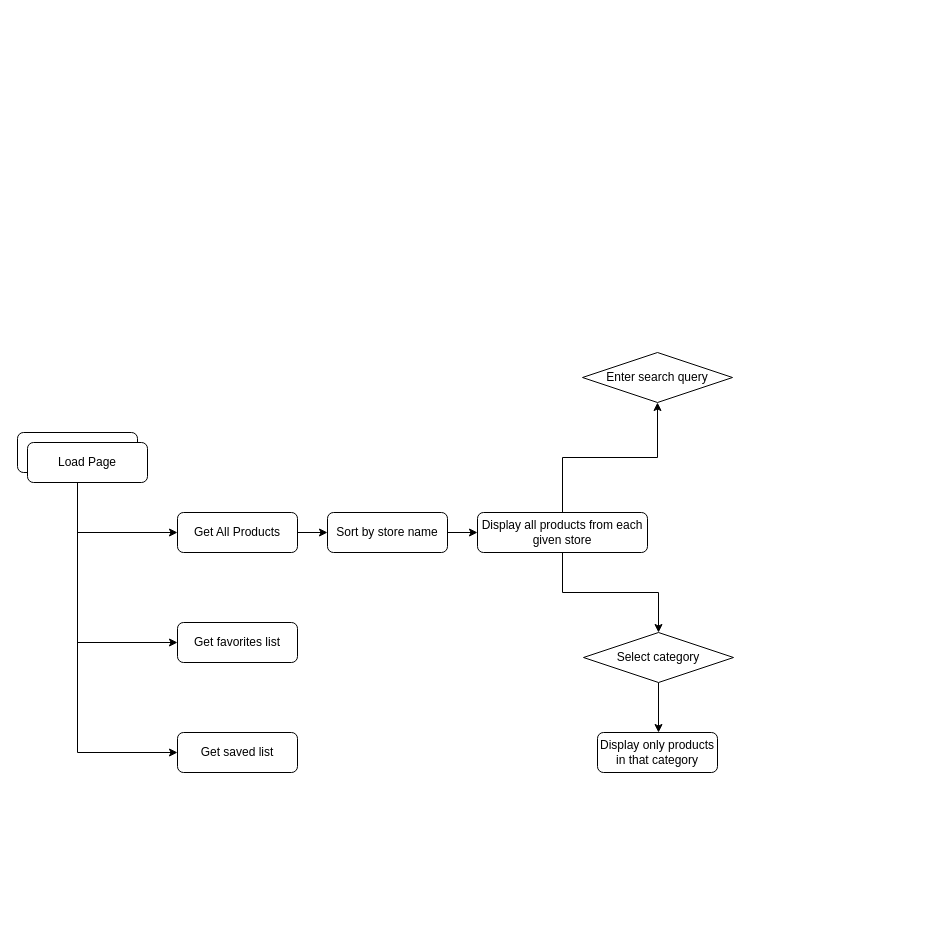
Above: page "Page-1" (1 of 3) of src/Filter Products Diagram.drawio in bryturner/grocery-comparison-client (draw.io), before the change. Source tidied: cells renumbered, new cells numbered last; positions are measured from the earlier drawing's top-left corner, leaving out a move shared by most shapes. Both pictures are drawn from the tidied source at 100%, with x=0, y=0 at pixel (17, 352).
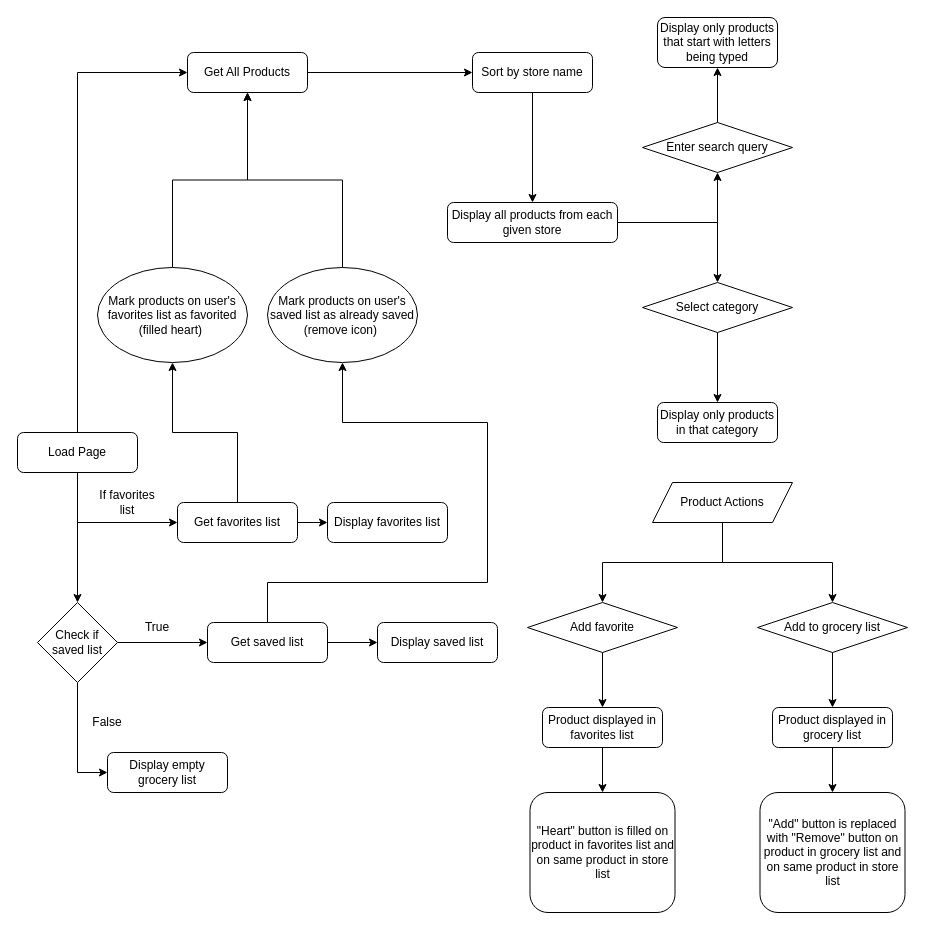
The same page after the edit.

The change refers to these unchanged cells:
```xml
<mxCell id="13" value="Load Page" style="rounded=1;whiteSpace=wrap;html=1;fontSize=12;glass=0;strokeWidth=1;shadow=0;" parent="1" vertex="1">
  <mxGeometry y="80" width="120" height="40" as="geometry" />
</mxCell>
```

Change to the diagram source:
```diff
@@
     <mxCell id="3" value="Get All Products" style="rounded=1;whiteSpace=wrap;html=1;fontSize=12;glass=0;strokeWidth=1;shadow=0;" parent="1" vertex="1">
-      <mxGeometry x="160" y="160" width="120" height="40" as="geometry" />
+      <mxGeometry x="170" y="-300" width="120" height="40" as="geometry" />
     </mxCell>
@@
     <mxCell id="5" value="Sort by store name" style="rounded=1;whiteSpace=wrap;html=1;fontSize=12;glass=0;strokeWidth=1;shadow=0;" parent="1" vertex="1">
-      <mxGeometry x="310" y="160" width="120" height="40" as="geometry" />
+      <mxGeometry x="455" y="-300" width="120" height="40" as="geometry" />
     </mxCell>
     <mxCell id="6" value="Display only products in that category" style="rounded=1;whiteSpace=wrap;html=1;fontSize=12;glass=0;strokeWidth=1;shadow=0;" parent="1" vertex="1">
-      <mxGeometry x="580" y="380" width="120" height="40" as="geometry" />
+      <mxGeometry x="640" y="50" width="120" height="40" as="geometry" />
     </mxCell>
@@
-    <mxCell id="8" style="edgeStyle=orthogonalEdgeStyle;rounded=0;jettySize=auto;html=1;entryX=0.5;entryY=1;entryDx=0;entryDy=0;" parent="1" edge="1" source="9" target="18">
+    <mxCell id="8" style="edgeStyle=orthogonalEdgeStyle;rounded=0;jettySize=auto;html=1;" parent="1" edge="1" source="9" target="18">
       <mxGeometry relative="1" as="geometry" />
     </mxCell>
     <mxCell id="9" value="Display all products from each given store" style="rounded=1;whiteSpace=wrap;html=1;fontSize=12;glass=0;strokeWidth=1;shadow=0;" parent="1" vertex="1">
-      <mxGeometry x="460" y="160" width="170" height="40" as="geometry" />
+      <mxGeometry x="430" y="-150" width="170" height="40" as="geometry" />
     </mxCell>
-    <mxCell id="10" style="edgeStyle=orthogonalEdgeStyle;rounded=0;jettySize=auto;html=1;entryX=0;entryY=0.5;entryDx=0;entryDy=0;exitX=0.5;exitY=1;exitDx=0;exitDy=0;" parent="1" edge="1" source="13" target="3">
-      <mxGeometry relative="1" as="geometry" />
+    <mxCell id="10" style="edgeStyle=orthogonalEdgeStyle;rounded=0;jettySize=auto;html=1;entryX=0;entryY=0.5;entryDx=0;entryDy=0;exitX=0.5;exitY=0;exitDx=0;exitDy=0;" parent="1" edge="1" source="13" target="3">
+      <mxGeometry relative="1" as="geometry">
+        <Array as="points">
+          <mxPoint x="60" y="-280" />
+        </Array>
+      </mxGeometry>
     </mxCell>
@@
-    <mxCell id="12" style="edgeStyle=orthogonalEdgeStyle;rounded=0;jettySize=auto;html=1;exitX=0.5;exitY=1;exitDx=0;exitDy=0;entryX=0;entryY=0.5;entryDx=0;entryDy=0;" parent="1" edge="1" source="13" target="14">
-      <mxGeometry relative="1" as="geometry" />
-    </mxCell>
+    <mxCell id="20" style="edgeStyle=orthogonalEdgeStyle;rounded=0;jettySize=auto;html=1;entryX=0.5;entryY=0;entryDx=0;entryDy=0;" parent="1" edge="1" source="13" target="44">
+      <mxGeometry relative="1" as="geometry" />
+    </mxCell>
@@
+    <mxCell id="21" style="edgeStyle=orthogonalEdgeStyle;rounded=0;jettySize=auto;html=1;entryX=0;entryY=0.5;entryDx=0;entryDy=0;" parent="1" edge="1" source="14" target="31">
+      <mxGeometry relative="1" as="geometry" />
+    </mxCell>
+    <mxCell id="22" style="edgeStyle=orthogonalEdgeStyle;rounded=0;jettySize=auto;html=1;entryX=0.5;entryY=1;entryDx=0;entryDy=0;" parent="1" edge="1" source="14" target="38">
+      <mxGeometry relative="1" as="geometry">
+        <Array as="points">
+          <mxPoint x="250" y="230" />
+          <mxPoint x="470" y="230" />
+          <mxPoint x="470" y="70" />
+          <mxPoint x="325" y="70" />
+        </Array>
+      </mxGeometry>
+    </mxCell>
     <mxCell id="14" value="Get saved list" style="rounded=1;whiteSpace=wrap;html=1;fontSize=12;glass=0;strokeWidth=1;shadow=0;" parent="1" vertex="1">
-      <mxGeometry x="160" y="380" width="120" height="40" as="geometry" />
+      <mxGeometry x="190" y="270" width="120" height="40" as="geometry" />
     </mxCell>
+    <mxCell id="23" style="edgeStyle=orthogonalEdgeStyle;rounded=0;jettySize=auto;html=1;entryX=0.5;entryY=1;entryDx=0;entryDy=0;" parent="1" edge="1" source="15" target="29">
+      <mxGeometry relative="1" as="geometry" />
+    </mxCell>
+    <mxCell id="24" style="edgeStyle=orthogonalEdgeStyle;rounded=0;jettySize=auto;html=1;entryX=0;entryY=0.5;entryDx=0;entryDy=0;" parent="1" edge="1" source="15" target="30">
+      <mxGeometry relative="1" as="geometry" />
+    </mxCell>
     <mxCell id="15" value="Get favorites list" style="rounded=1;whiteSpace=wrap;html=1;fontSize=12;glass=0;strokeWidth=1;shadow=0;" parent="1" vertex="1">
-      <mxGeometry x="160" y="270" width="120" height="40" as="geometry" />
+      <mxGeometry x="160" y="150" width="120" height="40" as="geometry" />
     </mxCell>
-    <mxCell id="16" style="edgeStyle=orthogonalEdgeStyle;rounded=0;orthogonalLoop=1;jettySize=auto;html=1;entryX=0.5;entryY=0;entryDx=0;entryDy=0;" parent="1" edge="1">
-      <mxGeometry relative="1" as="geometry">
-        <mxPoint x="641" y="330" as="sourcePoint" />
-        <mxPoint x="641" y="380" as="targetPoint" />
-      </mxGeometry>
-    </mxCell>
+    <mxCell id="25" style="edgeStyle=orthogonalEdgeStyle;rounded=0;jettySize=auto;html=1;entryX=0.5;entryY=0;entryDx=0;entryDy=0;" parent="1" edge="1" source="17" target="6">
+      <mxGeometry relative="1" as="geometry" />
+    </mxCell>
     <mxCell id="17" value="Select category" style="rhombus;whiteSpace=wrap;html=1;" parent="1" vertex="1">
-      <mxGeometry x="566" y="280" width="150" height="50" as="geometry" />
+      <mxGeometry x="625" y="-70" width="150" height="50" as="geometry" />
     </mxCell>
+    <mxCell id="26" style="edgeStyle=orthogonalEdgeStyle;rounded=0;jettySize=auto;html=1;entryX=0.5;entryY=1;entryDx=0;entryDy=0;" parent="1" edge="1" source="18" target="27">
+      <mxGeometry relative="1" as="geometry" />
+    </mxCell>
     <mxCell id="18" value="Enter search query" style="rhombus;whiteSpace=wrap;html=1;" parent="1" vertex="1">
-      <mxGeometry x="565" width="150" height="50" as="geometry" />
+      <mxGeometry x="625" y="-230" width="150" height="50" as="geometry" />
     </mxCell>
-    <mxCell id="19" value="Load Page" style="rounded=1;whiteSpace=wrap;html=1;fontSize=12;glass=0;strokeWidth=1;shadow=0;" parent="1" vertex="1">
-      <mxGeometry x="10" y="90" width="120" height="40" as="geometry" />
-    </mxCell>
+    <mxCell id="27" value="Display only products that start with letters being typed" style="rounded=1;whiteSpace=wrap;html=1;fontSize=12;glass=0;strokeWidth=1;shadow=0;" parent="1" vertex="1">
+      <mxGeometry x="640" y="-335" width="120" height="50" as="geometry" />
+    </mxCell>
+    <mxCell id="28" style="edgeStyle=orthogonalEdgeStyle;rounded=0;jettySize=auto;html=1;entryX=0.5;entryY=1;entryDx=0;entryDy=0;" parent="1" edge="1" source="29" target="3">
+      <mxGeometry relative="1" as="geometry" />
+    </mxCell>
+    <mxCell id="29" value="Mark products on user's favorites list as favorited (filled heart)&amp;nbsp;" style="ellipse;whiteSpace=wrap;html=1;" parent="1" vertex="1">
+      <mxGeometry x="80" y="-85" width="150" height="95" as="geometry" />
+    </mxCell>
+    <mxCell id="30" value="Display favorites list" style="rounded=1;whiteSpace=wrap;html=1;fontSize=12;glass=0;strokeWidth=1;shadow=0;" parent="1" vertex="1">
+      <mxGeometry x="310" y="150" width="120" height="40" as="geometry" />
+    </mxCell>
+    <mxCell id="31" value="Display saved list" style="rounded=1;whiteSpace=wrap;html=1;fontSize=12;glass=0;strokeWidth=1;shadow=0;" parent="1" vertex="1">
+      <mxGeometry x="360" y="270" width="120" height="40" as="geometry" />
+    </mxCell>
+    <mxCell id="32" style="edgeStyle=orthogonalEdgeStyle;rounded=0;jettySize=auto;html=1;entryX=0.5;entryY=0;entryDx=0;entryDy=0;" parent="1" edge="1" source="33" target="52">
+      <mxGeometry relative="1" as="geometry" />
+    </mxCell>
+    <mxCell id="33" value="Add favorite" style="rhombus;whiteSpace=wrap;html=1;" parent="1" vertex="1">
+      <mxGeometry x="510" y="250" width="150" height="50" as="geometry" />
+    </mxCell>
+    <mxCell id="34" style="edgeStyle=orthogonalEdgeStyle;rounded=0;jettySize=auto;html=1;entryX=0.5;entryY=0;entryDx=0;entryDy=0;" parent="1" edge="1" source="36" target="33">
+      <mxGeometry relative="1" as="geometry" />
+    </mxCell>
+    <mxCell id="35" style="edgeStyle=orthogonalEdgeStyle;rounded=0;jettySize=auto;html=1;entryX=0.5;entryY=0;entryDx=0;entryDy=0;" parent="1" edge="1" source="36" target="40">
+      <mxGeometry relative="1" as="geometry" />
+    </mxCell>
+    <mxCell id="36" value="Product Actions" style="shape=parallelogram;perimeter=parallelogramPerimeter;whiteSpace=wrap;html=1;fixedSize=1;" parent="1" vertex="1">
+      <mxGeometry x="635" y="130" width="140" height="40" as="geometry" />
+    </mxCell>
+    <mxCell id="37" style="edgeStyle=orthogonalEdgeStyle;rounded=0;jettySize=auto;html=1;entryX=0.5;entryY=1;entryDx=0;entryDy=0;" parent="1" edge="1" source="38" target="3">
+      <mxGeometry relative="1" as="geometry" />
+    </mxCell>
+    <mxCell id="38" value="Mark products on user's saved list as already saved (remove icon)&amp;nbsp;" style="ellipse;whiteSpace=wrap;html=1;" parent="1" vertex="1">
+      <mxGeometry x="250" y="-85" width="150" height="95" as="geometry" />
+    </mxCell>
+    <mxCell id="39" style="edgeStyle=orthogonalEdgeStyle;rounded=0;jettySize=auto;html=1;entryX=0.5;entryY=0;entryDx=0;entryDy=0;" parent="1" edge="1" source="40" target="49">
+      <mxGeometry relative="1" as="geometry" />
+    </mxCell>
+    <mxCell id="40" value="Add to grocery list" style="rhombus;whiteSpace=wrap;html=1;" parent="1" vertex="1">
+      <mxGeometry x="740" y="250" width="150" height="50" as="geometry" />
+    </mxCell>
+    <mxCell id="41" value="Display empty grocery list" style="rounded=1;whiteSpace=wrap;html=1;fontSize=12;glass=0;strokeWidth=1;shadow=0;" parent="1" vertex="1">
+      <mxGeometry x="90" y="400" width="120" height="40" as="geometry" />
+    </mxCell>
+    <mxCell id="42" style="edgeStyle=orthogonalEdgeStyle;rounded=0;jettySize=auto;html=1;entryX=0;entryY=0.5;entryDx=0;entryDy=0;" parent="1" edge="1" source="44" target="14">
+      <mxGeometry relative="1" as="geometry" />
+    </mxCell>
+    <mxCell id="43" style="edgeStyle=orthogonalEdgeStyle;rounded=0;jettySize=auto;html=1;entryX=0;entryY=0.5;entryDx=0;entryDy=0;" parent="1" edge="1" source="44" target="41">
+      <mxGeometry relative="1" as="geometry" />
+    </mxCell>
+    <mxCell id="44" value="Check if saved list" style="rhombus;whiteSpace=wrap;html=1;" parent="1" vertex="1">
+      <mxGeometry x="20" y="250" width="80" height="80" as="geometry" />
+    </mxCell>
+    <mxCell id="45" value="True" style="text;html=1;strokeColor=none;fillColor=none;align=center;verticalAlign=middle;whiteSpace=wrap;rounded=0;" parent="1" vertex="1">
+      <mxGeometry x="110" y="260" width="60" height="30" as="geometry" />
+    </mxCell>
+    <mxCell id="46" value="False" style="text;html=1;strokeColor=none;fillColor=none;align=center;verticalAlign=middle;whiteSpace=wrap;rounded=0;" parent="1" vertex="1">
+      <mxGeometry x="60" y="355" width="60" height="30" as="geometry" />
+    </mxCell>
+    <mxCell id="47" value="If favorites list" style="text;html=1;strokeColor=none;fillColor=none;align=center;verticalAlign=middle;whiteSpace=wrap;rounded=0;" parent="1" vertex="1">
+      <mxGeometry x="80" y="135" width="60" height="30" as="geometry" />
+    </mxCell>
+    <mxCell id="48" style="edgeStyle=orthogonalEdgeStyle;rounded=0;jettySize=auto;html=1;entryX=0.5;entryY=0;entryDx=0;entryDy=0;" parent="1" edge="1" source="49" target="50">
+      <mxGeometry relative="1" as="geometry" />
+    </mxCell>
+    <mxCell id="49" value="Product displayed in grocery list" style="rounded=1;whiteSpace=wrap;html=1;fontSize=12;glass=0;strokeWidth=1;shadow=0;" parent="1" vertex="1">
+      <mxGeometry x="755" y="355" width="120" height="40" as="geometry" />
+    </mxCell>
+    <mxCell id="50" value="&quot;Add&quot; button is replaced with &quot;Remove&quot; button on product in grocery list and on same product in store list" style="rounded=1;whiteSpace=wrap;html=1;fontSize=12;glass=0;strokeWidth=1;shadow=0;" parent="1" vertex="1">
+      <mxGeometry x="742.5" y="440" width="145" height="120" as="geometry" />
+    </mxCell>
+    <mxCell id="51" style="edgeStyle=orthogonalEdgeStyle;rounded=0;jettySize=auto;html=1;entryX=0.5;entryY=0;entryDx=0;entryDy=0;" parent="1" edge="1" source="52" target="53">
+      <mxGeometry relative="1" as="geometry" />
+    </mxCell>
+    <mxCell id="52" value="Product displayed in favorites list" style="rounded=1;whiteSpace=wrap;html=1;fontSize=12;glass=0;strokeWidth=1;shadow=0;" parent="1" vertex="1">
+      <mxGeometry x="525" y="355" width="120" height="40" as="geometry" />
+    </mxCell>
+    <mxCell id="53" value="&quot;Heart&quot; button is filled on product in favorites list and on same product in store list" style="rounded=1;whiteSpace=wrap;html=1;fontSize=12;glass=0;strokeWidth=1;shadow=0;" parent="1" vertex="1">
+      <mxGeometry x="512.5" y="440" width="145" height="120" as="geometry" />
+    </mxCell>
```
